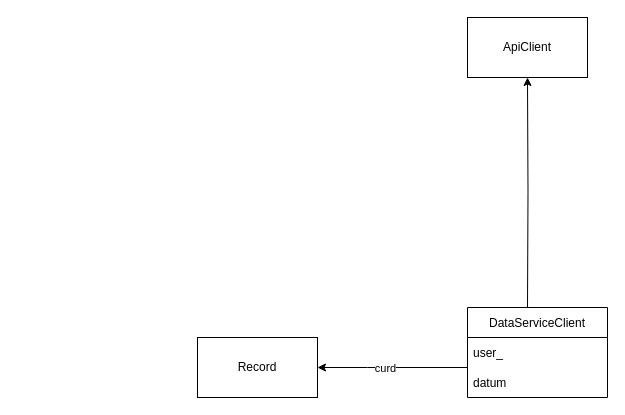
Earlier version of the draw.io diagram dataserver.drawio (uxlsl/32hike). Source tidied: cells renumbered, new cells numbered last; positions are measured from the earlier drawing's top-left corner, leaving out a move shared by most shapes. Both pictures are drawn from the tidied source at 100%, with x=0, y=0 at pixel (197, 17).
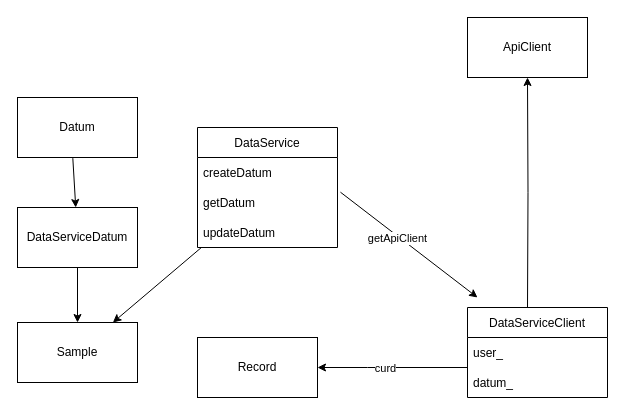
After the change.

The change refers to these unchanged cells:
```xml
<mxCell id="7" value="DataServiceClient" style="swimlane;fontStyle=0;horizontal=1;startSize=30;" parent="1" vertex="1">
  <mxGeometry x="270" y="290" width="140" height="90" as="geometry" />
</mxCell>
```

Change to the diagram source:
```diff
@@
-    <mxCell id="9" value="datum" style="text;strokeColor=none;fillColor=none;align=left;verticalAlign=middle;spacingLeft=4;spacingRight=4;overflow=hidden;" parent="7" vertex="1">
+    <mxCell id="9" value="datum_" style="text;strokeColor=none;fillColor=none;align=left;verticalAlign=middle;spacingLeft=4;spacingRight=4;overflow=hidden;" parent="7" vertex="1">
       <mxGeometry y="60" width="140" height="30" as="geometry" />
     </mxCell>
+    <mxCell id="10" style="endArrow=classic;html=1;rounded=0;exitX=1.021;exitY=0.156;exitDx=0;exitDy=0;exitPerimeter=0;" parent="1" edge="1" source="15">
+      <mxGeometry relative="1" as="geometry">
+        <mxPoint x="280" y="280" as="targetPoint" />
+      </mxGeometry>
+    </mxCell>
+    <mxCell id="11" value="&lt;div style=&quot;color: rgb(212, 212, 212); background-color: rgb(30, 30, 30); font-family: &amp;quot;Droid Sans Mono&amp;quot;, &amp;quot;monospace&amp;quot;, monospace; font-size: 22px; line-height: 30px;&quot;&gt;&lt;br&gt;&lt;/div&gt;" style="edgeLabel;html=1;align=center;verticalAlign=middle;" parent="10" vertex="1">
+      <mxGeometry x="-0.19" y="3" relative="1" as="geometry" />
+    </mxCell>
+    <mxCell id="12" value="getApiClient" style="edgeLabel;html=1;align=center;verticalAlign=middle;" parent="10" vertex="1">
+      <mxGeometry x="-0.15" y="-2" relative="1" as="geometry" />
+    </mxCell>
+    <mxCell id="13" value="DataService" style="swimlane;fontStyle=0;horizontal=1;startSize=30;" parent="1" vertex="1">
+      <mxGeometry y="110" width="140" height="120" as="geometry" />
+    </mxCell>
+    <mxCell id="14" value="createDatum" style="text;strokeColor=none;fillColor=none;align=left;verticalAlign=middle;spacingLeft=4;spacingRight=4;overflow=hidden;" parent="13" vertex="1">
+      <mxGeometry y="30" width="140" height="30" as="geometry" />
+    </mxCell>
+    <mxCell id="15" value="getDatum" style="text;strokeColor=none;fillColor=none;align=left;verticalAlign=middle;spacingLeft=4;spacingRight=4;overflow=hidden;points=[[0,0.5],[1,0.5]];portConstraint=eastwest;" parent="13" vertex="1">
+      <mxGeometry y="60" width="140" height="30" as="geometry" />
+    </mxCell>
+    <mxCell id="16" value="updateDatum" style="text;strokeColor=none;fillColor=none;align=left;verticalAlign=middle;spacingLeft=4;spacingRight=4;overflow=hidden;points=[[0,0.5],[1,0.5]];portConstraint=eastwest;" parent="13" vertex="1">
+      <mxGeometry y="90" width="140" height="30" as="geometry" />
+    </mxCell>
+    <mxCell id="17" value="Sample" style="rounded=0;whiteSpace=wrap;html=1;" parent="1" vertex="1">
+      <mxGeometry x="-180" y="305" width="120" height="60" as="geometry" />
+    </mxCell>
+    <mxCell id="18" value="DataServiceDatum" style="rounded=0;whiteSpace=wrap;html=1;" parent="1" vertex="1">
+      <mxGeometry x="-180" y="190" width="120" height="60" as="geometry" />
+    </mxCell>
+    <mxCell id="19" value="Datum" style="rounded=0;whiteSpace=wrap;html=1;" parent="1" vertex="1">
+      <mxGeometry x="-180" y="80" width="120" height="60" as="geometry" />
+    </mxCell>
+    <mxCell id="20" style="endArrow=classic;html=1;rounded=0;exitX=0.461;exitY=1.011;exitDx=0;exitDy=0;exitPerimeter=0;" parent="1" edge="1" source="19" target="18">
+      <mxGeometry relative="1" as="geometry" />
+    </mxCell>
+    <mxCell id="21" style="endArrow=classic;html=1;rounded=0;" parent="1" edge="1" source="18" target="17">
+      <mxGeometry relative="1" as="geometry" />
+    </mxCell>
+    <mxCell id="22" style="endArrow=classic;html=1;rounded=0;exitX=0.025;exitY=1.011;exitDx=0;exitDy=0;exitPerimeter=0;" parent="1" edge="1" source="16" target="17">
+      <mxGeometry relative="1" as="geometry" />
+    </mxCell>
```
